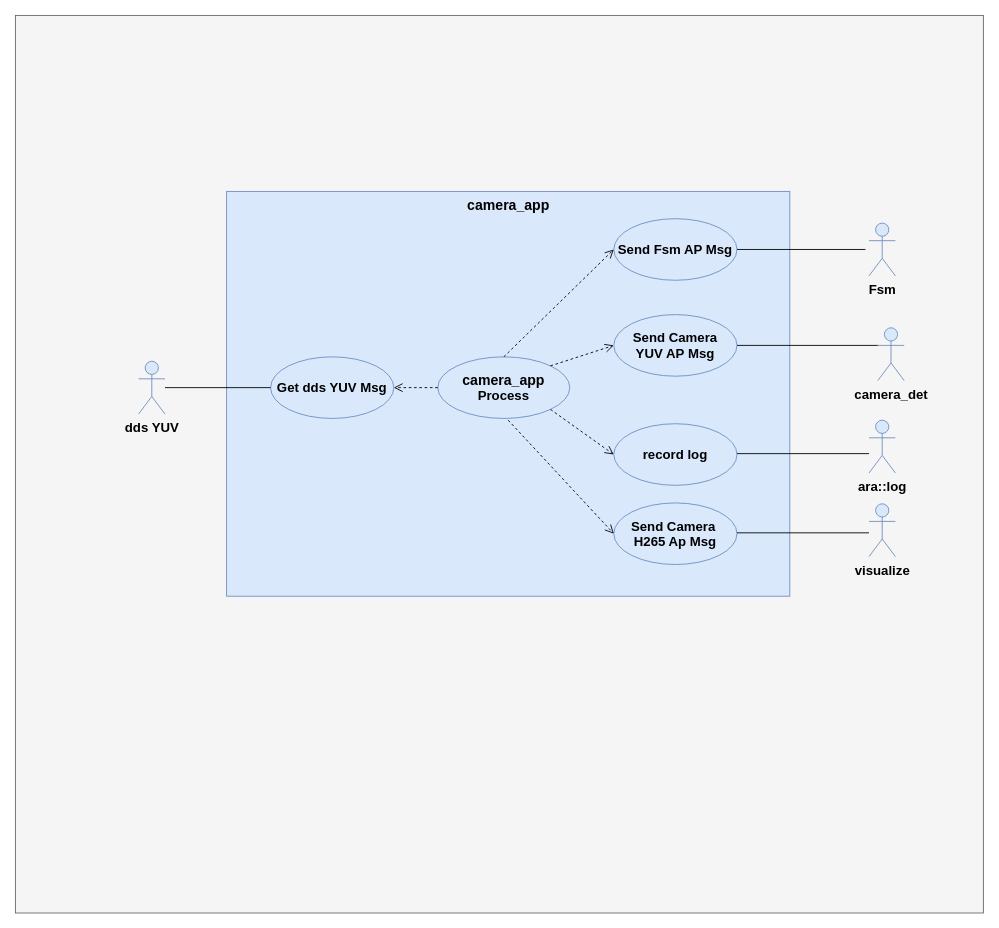
xiaoleli/diagrams keeps this draw.io diagram as camera_app用例.drawio. Above is the earlier version. Source tidied: cells renumbered, new cells numbered last; positions are measured from the earlier drawing's top-left corner, leaving out a move shared by most shapes. Both pictures are drawn from the tidied source at 88%, with x=0, y=0 at pixel (15, 15).
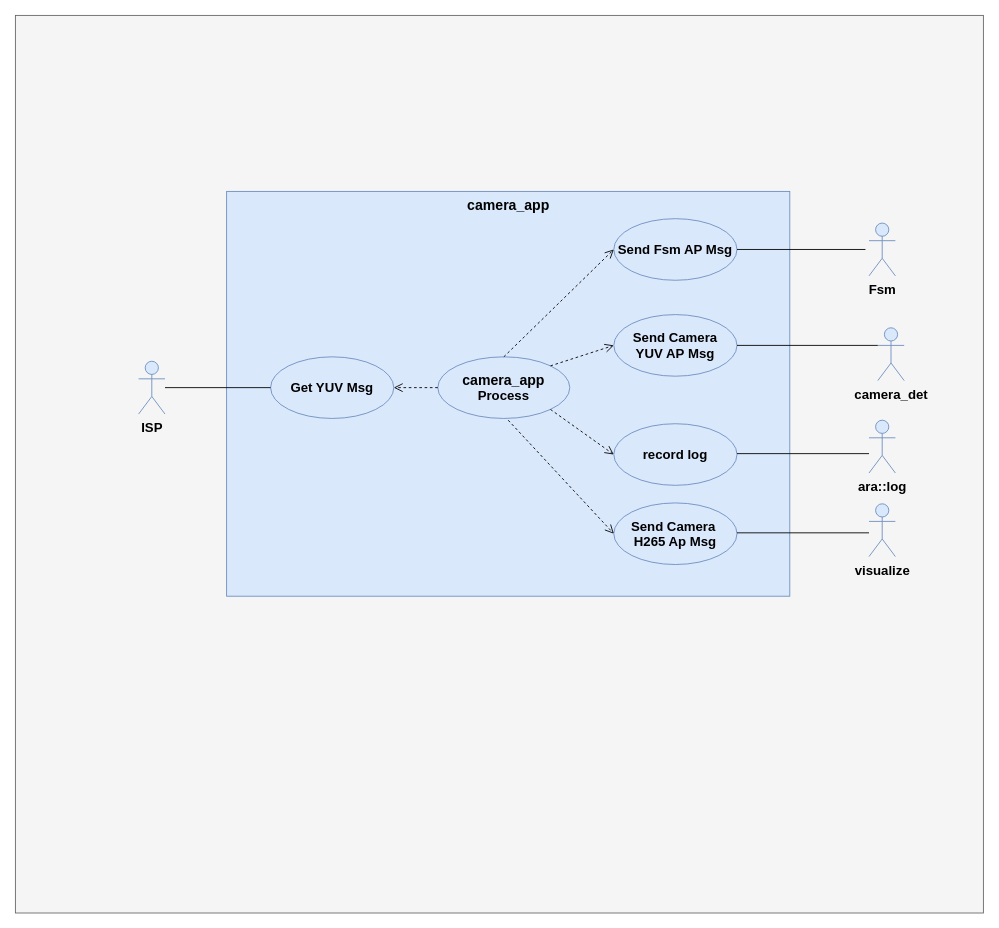
The same diagram, later.

What changed in the source:
```diff
@@
-    <mxCell id="5" value="Get dds YUV Msg" style="ellipse;whiteSpace=wrap;html=1;fontSize=15;fillColor=#dae8fc;strokeColor=#6c8ebf;fontStyle=1;" parent="1" vertex="1">
+    <mxCell id="5" value="Get YUV Msg" style="ellipse;whiteSpace=wrap;html=1;fontSize=15;fillColor=#dae8fc;strokeColor=#6c8ebf;fontStyle=1;" parent="1" vertex="1">
       <mxGeometry x="290" y="388" width="140" height="70" as="geometry" />
     </mxCell>
@@
-    <mxCell id="7" value="dds YUV" style="shape=umlActor;verticalLabelPosition=bottom;verticalAlign=top;html=1;fillColor=#dae8fc;strokeColor=#6c8ebf;fontStyle=1;fontSize=15;" parent="1" vertex="1">
+    <mxCell id="7" value="ISP" style="shape=umlActor;verticalLabelPosition=bottom;verticalAlign=top;html=1;fillColor=#dae8fc;strokeColor=#6c8ebf;fontStyle=1;fontSize=15;" parent="1" vertex="1">
       <mxGeometry x="140" y="393" width="30" height="60" as="geometry" />
     </mxCell>
```
